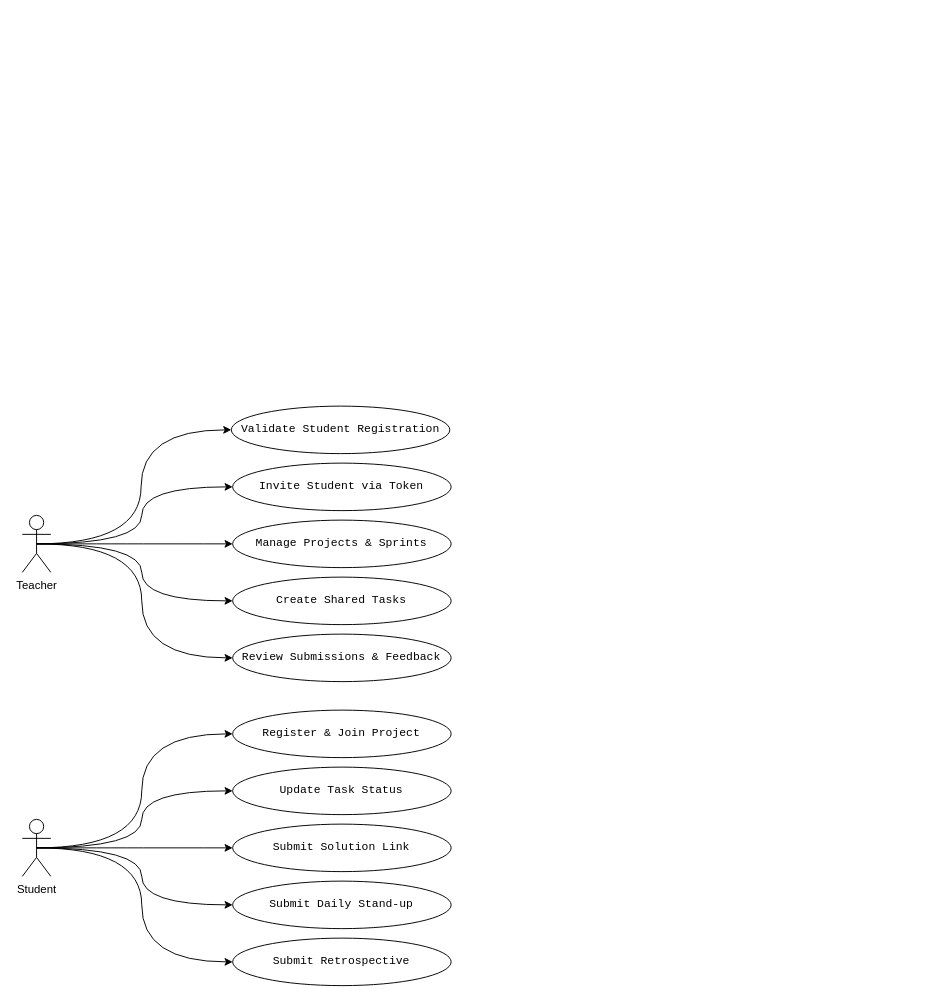
oelaimar/Scrum-Platform keeps this draw.io diagram as UML/use_case.drawio. Above is the earlier version. Source tidied: cells renumbered, new cells numbered last; positions are measured from the earlier drawing's top-left corner, leaving out a move shared by most shapes. Both pictures are drawn from the tidied source at 95%, with x=0, y=0 at pixel (22, 406).
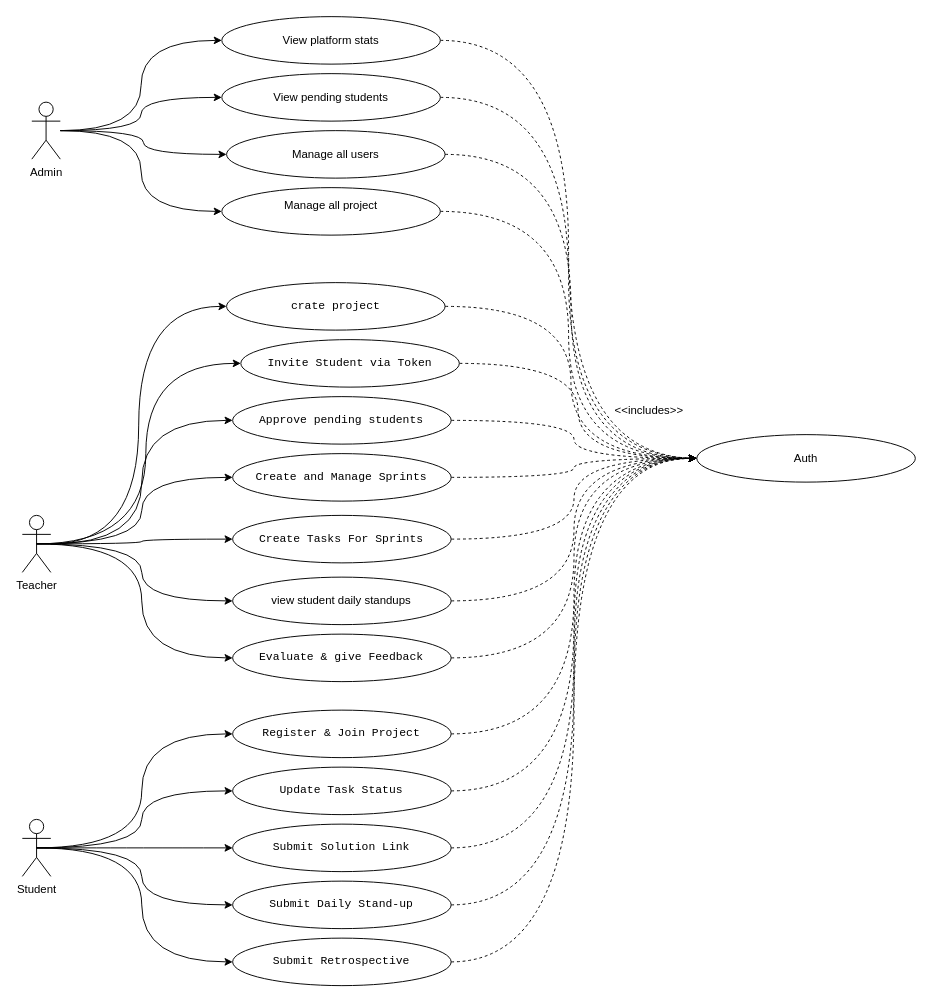
After the change.

Commit message (it also covers changes not shown here):
fix: update the uml and class diagra,

Unchanged cells that the change refers to:
```xml
<mxCell id="7" value="Teacher" style="shape=umlActor;verticalLabelPosition=bottom;verticalAlign=top;html=1;outlineConnect=0;" parent="1" vertex="1">
  <mxGeometry y="115" width="30" height="60" as="geometry" />
</mxCell>
<mxCell id="15" value="&lt;pre&gt;&lt;code class=&quot;language-mermaid&quot;&gt;Submit Solution Link&lt;/code&gt;&lt;/pre&gt;&lt;pre&gt;&lt;/pre&gt;" style="ellipse;whiteSpace=wrap;html=1;" parent="1" vertex="1">
  <mxGeometry x="221.4" y="440" width="230" height="50" as="geometry" />
</mxCell>
<mxCell id="16" value="&lt;pre&gt;&lt;code class=&quot;language-mermaid&quot;&gt;Update Task Status&lt;/code&gt;&lt;/pre&gt;&lt;pre&gt;&lt;/pre&gt;" style="ellipse;whiteSpace=wrap;html=1;" parent="1" vertex="1">
  <mxGeometry x="221.4" y="380" width="230" height="50" as="geometry" />
</mxCell>
<mxCell id="21" value="&lt;pre&gt;&lt;code class=&quot;language-mermaid&quot;&gt;Register &amp;amp; &lt;span class=&quot;hljs-keyword&quot;&gt;Join&lt;/span&gt; Project&lt;/code&gt;&lt;/pre&gt;&lt;pre&gt;&lt;/pre&gt;" style="ellipse;whiteSpace=wrap;html=1;" parent="1" vertex="1">
  <mxGeometry x="221.4" y="320" width="230" height="50" as="geometry" />
</mxCell>
<mxCell id="22" value="&lt;pre&gt;&lt;code class=&quot;language-mermaid&quot;&gt;Submit Daily Stand-up&lt;/code&gt;&lt;/pre&gt;&lt;pre&gt;&lt;/pre&gt;&lt;pre&gt;&lt;/pre&gt;" style="ellipse;whiteSpace=wrap;html=1;" parent="1" vertex="1">
  <mxGeometry x="221.4" y="500" width="230" height="50" as="geometry" />
</mxCell>
<mxCell id="23" value="&lt;pre&gt;&lt;code class=&quot;language-mermaid&quot;&gt;Submit Retrospective&lt;/code&gt;&lt;/pre&gt;&lt;pre&gt;&lt;/pre&gt;&lt;pre&gt;&lt;/pre&gt;" style="ellipse;whiteSpace=wrap;html=1;" parent="1" vertex="1">
  <mxGeometry x="221.4" y="560" width="230" height="50" as="geometry" />
</mxCell>
```

Diff of the diagram source:
```diff
@@
+    <mxCell id="24" style="edgeStyle=orthogonalEdgeStyle;rounded=0;jettySize=auto;html=1;entryX=0;entryY=0.5;entryDx=0;entryDy=0;curved=1;" parent="1" edge="1" source="7" target="52">
+      <mxGeometry relative="1" as="geometry" />
+    </mxCell>
+    <mxCell id="25" style="edgeStyle=orthogonalEdgeStyle;rounded=0;jettySize=auto;html=1;entryX=0;entryY=0.5;entryDx=0;entryDy=0;curved=1;" parent="1" edge="1" source="7" target="50">
+      <mxGeometry relative="1" as="geometry" />
+    </mxCell>
@@
+    <mxCell id="26" style="edgeStyle=orthogonalEdgeStyle;rounded=0;jettySize=auto;html=1;entryX=0;entryY=0.5;entryDx=0;entryDy=0;curved=1;dashed=1;" parent="1" edge="1" source="14" target="53">
+      <mxGeometry relative="1" as="geometry" />
+    </mxCell>
-    <mxCell id="14" value="&lt;pre&gt;&lt;code class=&quot;language-mermaid&quot;&gt;Validate Student Registration&lt;/code&gt;&lt;/pre&gt;" style="ellipse;whiteSpace=wrap;html=1;" parent="1" vertex="1">
-      <mxGeometry x="220" width="230" height="50" as="geometry" />
+    <mxCell id="14" value="view student daily standups" style="ellipse;whiteSpace=wrap;html=1;" parent="1" vertex="1">
+      <mxGeometry x="221.4" y="180" width="230" height="50" as="geometry" />
     </mxCell>
+    <mxCell id="27" style="edgeStyle=orthogonalEdgeStyle;rounded=0;jettySize=auto;html=1;entryX=0;entryY=0.5;entryDx=0;entryDy=0;curved=1;dashed=1;" parent="1" edge="1" source="15" target="53">
+      <mxGeometry relative="1" as="geometry" />
+    </mxCell>
@@
+    <mxCell id="28" style="edgeStyle=orthogonalEdgeStyle;rounded=0;jettySize=auto;html=1;entryX=0;entryY=0.5;entryDx=0;entryDy=0;curved=1;dashed=1;" parent="1" edge="1" source="16" target="53">
+      <mxGeometry relative="1" as="geometry" />
+    </mxCell>
@@
+    <mxCell id="29" style="edgeStyle=orthogonalEdgeStyle;rounded=0;jettySize=auto;html=1;entryX=0;entryY=0.5;entryDx=0;entryDy=0;curved=1;dashed=1;" parent="1" edge="1" source="17" target="53">
+      <mxGeometry relative="1" as="geometry" />
+    </mxCell>
     <mxCell id="17" value="&lt;pre&gt;&lt;code class=&quot;language-mermaid&quot;&gt;Invite Student via Token&lt;/code&gt;&lt;/pre&gt;&lt;pre&gt;&lt;/pre&gt;" style="ellipse;whiteSpace=wrap;html=1;" parent="1" vertex="1">
-      <mxGeometry x="221.4" y="60" width="230" height="50" as="geometry" />
+      <mxGeometry x="230" y="-70" width="230" height="50" as="geometry" />
     </mxCell>
+    <mxCell id="30" style="edgeStyle=orthogonalEdgeStyle;rounded=0;jettySize=auto;html=1;entryX=0;entryY=0.5;entryDx=0;entryDy=0;curved=1;dashed=1;" parent="1" edge="1" source="18" target="53">
+      <mxGeometry relative="1" as="geometry" />
+    </mxCell>
-    <mxCell id="18" value="&lt;pre&gt;&lt;code class=&quot;language-mermaid&quot;&gt;Manage Projects &amp;amp; Sprints&lt;/code&gt;&lt;/pre&gt;&lt;pre&gt;&lt;/pre&gt;" style="ellipse;whiteSpace=wrap;html=1;" parent="1" vertex="1">
-      <mxGeometry x="221.4" y="120" width="230" height="50" as="geometry" />
+    <mxCell id="18" value="&lt;pre&gt;&lt;code class=&quot;language-mermaid&quot;&gt;Create and Manage Sprints&lt;/code&gt;&lt;/pre&gt;&lt;pre&gt;&lt;/pre&gt;" style="ellipse;whiteSpace=wrap;html=1;" parent="1" vertex="1">
+      <mxGeometry x="221.4" y="50" width="230" height="50" as="geometry" />
     </mxCell>
+    <mxCell id="31" style="edgeStyle=orthogonalEdgeStyle;rounded=0;jettySize=auto;html=1;entryX=0;entryY=0.5;entryDx=0;entryDy=0;curved=1;dashed=1;" parent="1" edge="1" source="19" target="53">
+      <mxGeometry relative="1" as="geometry" />
+    </mxCell>
-    <mxCell id="19" value="&lt;pre&gt;&lt;code class=&quot;language-mermaid&quot;&gt;Create Shared Tasks&lt;/code&gt;&lt;/pre&gt;&lt;pre&gt;&lt;/pre&gt;" style="ellipse;whiteSpace=wrap;html=1;" parent="1" vertex="1">
-      <mxGeometry x="221.4" y="180" width="230" height="50" as="geometry" />
+    <mxCell id="19" value="&lt;pre&gt;&lt;code class=&quot;language-mermaid&quot;&gt;Create Tasks For Sprints&lt;/code&gt;&lt;/pre&gt;&lt;pre&gt;&lt;/pre&gt;" style="ellipse;whiteSpace=wrap;html=1;" parent="1" vertex="1">
+      <mxGeometry x="221.4" y="115" width="230" height="50" as="geometry" />
     </mxCell>
+    <mxCell id="32" style="edgeStyle=orthogonalEdgeStyle;rounded=0;jettySize=auto;html=1;entryX=0;entryY=0.5;entryDx=0;entryDy=0;curved=1;dashed=1;" parent="1" edge="1" source="20" target="53">
+      <mxGeometry relative="1" as="geometry" />
+    </mxCell>
-    <mxCell id="20" value="&lt;pre&gt;&lt;code class=&quot;language-mermaid&quot;&gt;Review Submissions &amp;amp; Feedback&lt;/code&gt;&lt;/pre&gt;&lt;pre&gt;&lt;/pre&gt;" style="ellipse;whiteSpace=wrap;html=1;" parent="1" vertex="1">
+    <mxCell id="20" value="&lt;pre&gt;&lt;code class=&quot;language-mermaid&quot;&gt;Evaluate &amp;amp; give Feedback&lt;/code&gt;&lt;/pre&gt;&lt;pre&gt;&lt;/pre&gt;" style="ellipse;whiteSpace=wrap;html=1;" parent="1" vertex="1">
       <mxGeometry x="221.4" y="240" width="230" height="50" as="geometry" />
     </mxCell>
+    <mxCell id="33" style="edgeStyle=orthogonalEdgeStyle;rounded=0;jettySize=auto;html=1;entryX=0;entryY=0.5;entryDx=0;entryDy=0;curved=1;dashed=1;" parent="1" edge="1" source="21" target="53">
+      <mxGeometry relative="1" as="geometry" />
+    </mxCell>
@@
+    <mxCell id="34" style="edgeStyle=orthogonalEdgeStyle;rounded=0;jettySize=auto;html=1;entryX=0;entryY=0.5;entryDx=0;entryDy=0;curved=1;dashed=1;" parent="1" edge="1" source="22" target="53">
+      <mxGeometry relative="1" as="geometry" />
+    </mxCell>
@@
+    <mxCell id="35" style="edgeStyle=orthogonalEdgeStyle;rounded=0;jettySize=auto;html=1;entryX=0;entryY=0.5;entryDx=0;entryDy=0;curved=1;dashed=1;" parent="1" edge="1" source="23" target="53">
+      <mxGeometry relative="1" as="geometry" />
+    </mxCell>
@@
+    <mxCell id="36" style="edgeStyle=orthogonalEdgeStyle;rounded=0;jettySize=auto;html=1;entryX=0;entryY=0.5;entryDx=0;entryDy=0;curved=1;" parent="1" edge="1" source="40" target="42">
+      <mxGeometry relative="1" as="geometry" />
+    </mxCell>
+    <mxCell id="37" style="edgeStyle=orthogonalEdgeStyle;rounded=0;jettySize=auto;html=1;curved=1;" parent="1" edge="1" source="40" target="44">
+      <mxGeometry relative="1" as="geometry" />
+    </mxCell>
+    <mxCell id="38" style="edgeStyle=orthogonalEdgeStyle;rounded=0;jettySize=auto;html=1;entryX=0;entryY=0.5;entryDx=0;entryDy=0;curved=1;" parent="1" edge="1" source="40" target="46">
+      <mxGeometry relative="1" as="geometry" />
+    </mxCell>
+    <mxCell id="39" style="edgeStyle=orthogonalEdgeStyle;rounded=0;jettySize=auto;html=1;entryX=0;entryY=0.5;entryDx=0;entryDy=0;curved=1;" parent="1" edge="1" source="40" target="48">
+      <mxGeometry relative="1" as="geometry" />
+    </mxCell>
+    <mxCell id="40" value="Admin" style="shape=umlActor;verticalLabelPosition=bottom;verticalAlign=top;html=1;outlineConnect=0;" parent="1" vertex="1">
+      <mxGeometry x="10" y="-320" width="30" height="60" as="geometry" />
+    </mxCell>
+    <mxCell id="41" style="edgeStyle=orthogonalEdgeStyle;rounded=0;jettySize=auto;html=1;entryX=0;entryY=0.5;entryDx=0;entryDy=0;dashed=1;endArrow=none;endFill=0;curved=1;" parent="1" edge="1" source="42" target="53">
+      <mxGeometry relative="1" as="geometry" />
+    </mxCell>
+    <mxCell id="42" value="View platform stats" style="ellipse;whiteSpace=wrap;html=1;" parent="1" vertex="1">
+      <mxGeometry x="210" y="-410" width="230" height="50" as="geometry" />
+    </mxCell>
+    <mxCell id="43" style="edgeStyle=orthogonalEdgeStyle;rounded=0;jettySize=auto;html=1;entryX=0;entryY=0.5;entryDx=0;entryDy=0;endArrow=none;endFill=0;dashed=1;curved=1;" parent="1" edge="1" source="44" target="53">
+      <mxGeometry relative="1" as="geometry" />
+    </mxCell>
+    <mxCell id="44" value="View pending students" style="ellipse;whiteSpace=wrap;html=1;" parent="1" vertex="1">
+      <mxGeometry x="210" y="-350" width="230" height="50" as="geometry" />
+    </mxCell>
+    <mxCell id="45" style="edgeStyle=orthogonalEdgeStyle;rounded=0;jettySize=auto;html=1;entryX=0;entryY=0.5;entryDx=0;entryDy=0;dashed=1;curved=1;" parent="1" edge="1" source="46" target="53">
+      <mxGeometry relative="1" as="geometry" />
+    </mxCell>
+    <mxCell id="46" value="Manage all users" style="ellipse;whiteSpace=wrap;html=1;" parent="1" vertex="1">
+      <mxGeometry x="215" y="-290" width="230" height="50" as="geometry" />
+    </mxCell>
+    <mxCell id="47" style="edgeStyle=orthogonalEdgeStyle;rounded=0;jettySize=auto;html=1;entryX=0;entryY=0.5;entryDx=0;entryDy=0;dashed=1;curved=1;" parent="1" edge="1" source="48" target="53">
+      <mxGeometry relative="1" as="geometry" />
+    </mxCell>
+    <mxCell id="48" value="Manage all project&lt;pre&gt;&lt;/pre&gt;" style="ellipse;whiteSpace=wrap;html=1;" parent="1" vertex="1">
+      <mxGeometry x="210" y="-230" width="230" height="50" as="geometry" />
+    </mxCell>
+    <mxCell id="49" style="edgeStyle=orthogonalEdgeStyle;rounded=0;jettySize=auto;html=1;entryX=0;entryY=0.5;entryDx=0;entryDy=0;curved=1;dashed=1;" parent="1" edge="1" source="50" target="53">
+      <mxGeometry relative="1" as="geometry" />
+    </mxCell>
+    <mxCell id="50" value="&lt;pre&gt;&lt;code class=&quot;language-mermaid&quot;&gt;crate project&lt;/code&gt;&lt;/pre&gt;" style="ellipse;whiteSpace=wrap;html=1;" parent="1" vertex="1">
+      <mxGeometry x="215" y="-130" width="230" height="50" as="geometry" />
+    </mxCell>
+    <mxCell id="51" style="edgeStyle=orthogonalEdgeStyle;rounded=0;jettySize=auto;html=1;entryX=0;entryY=0.5;entryDx=0;entryDy=0;curved=1;dashed=1;" parent="1" edge="1" source="52" target="53">
+      <mxGeometry relative="1" as="geometry" />
+    </mxCell>
+    <mxCell id="52" value="&lt;pre&gt;&lt;code class=&quot;language-mermaid&quot;&gt;Approve pending students&lt;/code&gt;&lt;/pre&gt;&lt;pre&gt;&lt;/pre&gt;" style="ellipse;whiteSpace=wrap;html=1;" parent="1" vertex="1">
+      <mxGeometry x="221.4" y="-10" width="230" height="50" as="geometry" />
+    </mxCell>
+    <mxCell id="53" value="Auth" style="ellipse;whiteSpace=wrap;html=1;" parent="1" vertex="1">
+      <mxGeometry x="710" y="30" width="230" height="50" as="geometry" />
+    </mxCell>
+    <mxCell id="54" value="&amp;lt;&amp;lt;includes&amp;gt;&amp;gt;" style="text;html=1;strokeColor=none;fillColor=none;align=center;verticalAlign=middle;whiteSpace=wrap;rounded=0;" parent="1" vertex="1">
+      <mxGeometry x="630" y="-10" width="60" height="30" as="geometry" />
+    </mxCell>
```
